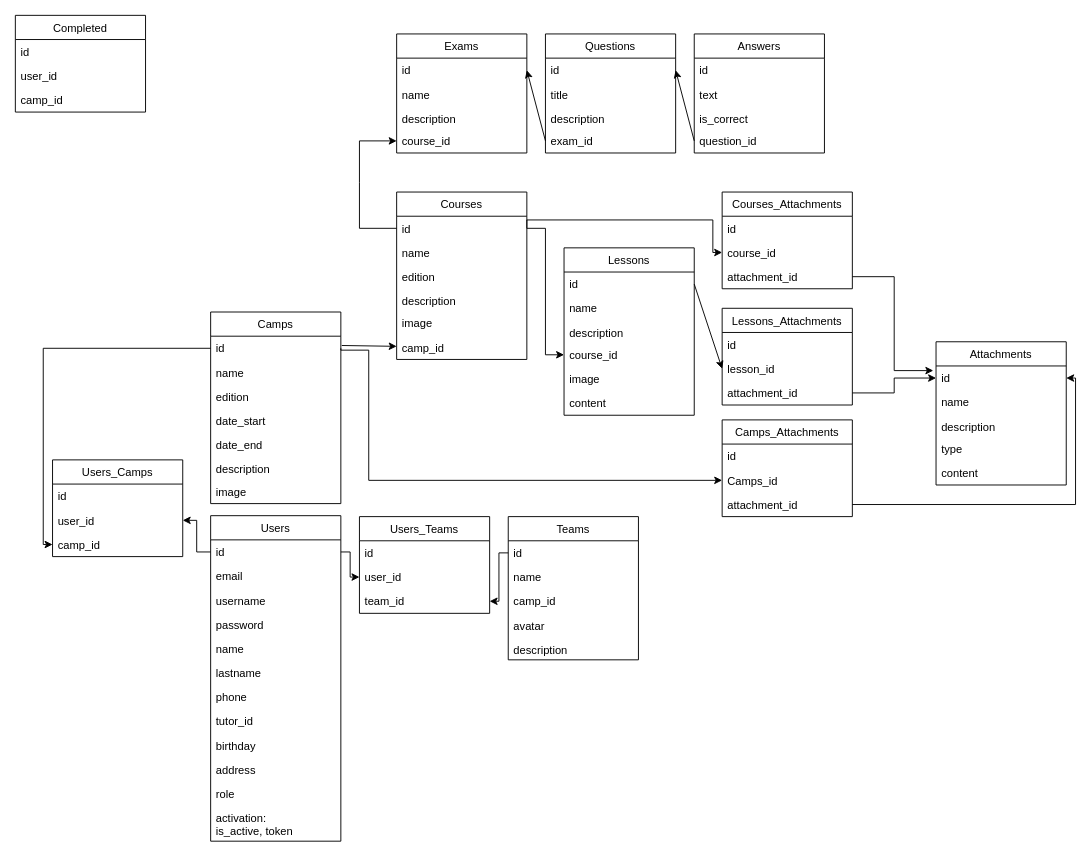
This is bin/bbdd-game-camp.drawio from OneLifeDesigning/wellness-api, a draw.io file, before an edit. Source tidied: cells renumbered, new cells numbered last; positions are measured from the earlier drawing's top-left corner, leaving out a move shared by most shapes. Both pictures are drawn from the tidied source at 93%, with x=0, y=0 at pixel (15, 15).
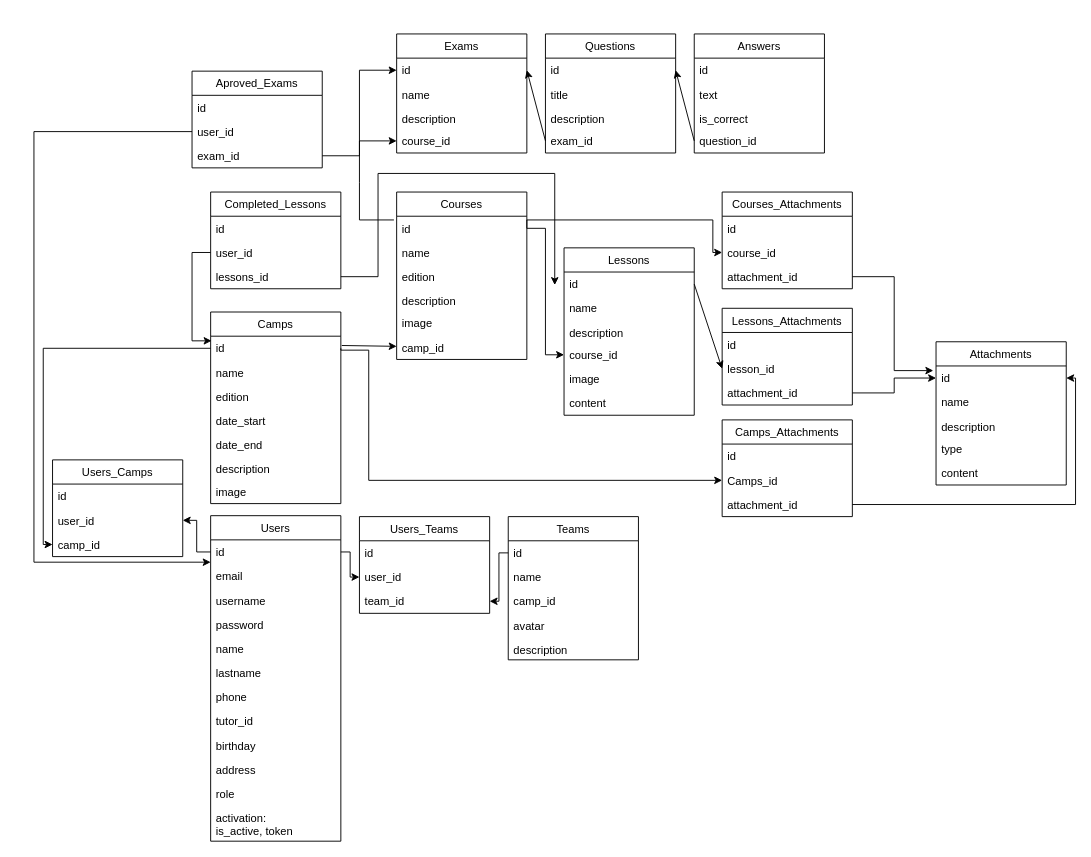
The same page after the edit.

Commit message:
Add Approved Exams

The change refers to these unchanged cells:
```xml
<mxCell id="9" value="id" style="text;strokeColor=none;fillColor=none;align=left;verticalAlign=top;spacingLeft=4;spacingRight=4;overflow=hidden;points=[[0,0.5],[1,0.5]];portConstraint=eastwest;" parent="8" vertex="1">
  <mxGeometry y="26" width="140" height="26" as="geometry" />
</mxCell>
<mxCell id="36" value="id" style="text;strokeColor=none;fillColor=none;align=left;verticalAlign=top;spacingLeft=4;spacingRight=4;overflow=hidden;points=[[0,0.5],[1,0.5]];portConstraint=eastwest;" parent="35" vertex="1">
  <mxGeometry y="26" width="140" height="26" as="geometry" />
</mxCell>
<mxCell id="43" value="id" style="text;strokeColor=none;fillColor=none;align=left;verticalAlign=top;spacingLeft=4;spacingRight=4;overflow=hidden;points=[[0,0.5],[1,0.5]];portConstraint=eastwest;" parent="42" vertex="1">
  <mxGeometry y="26" width="140" height="26" as="geometry" />
</mxCell>
<mxCell id="46" value="course_id" style="text;strokeColor=none;fillColor=none;align=left;verticalAlign=top;spacingLeft=4;spacingRight=4;overflow=hidden;points=[[0,0.5],[1,0.5]];portConstraint=eastwest;" parent="42" vertex="1">
  <mxGeometry y="102" width="140" height="26" as="geometry" />
</mxCell>
<mxCell id="91" value="id" style="text;strokeColor=none;fillColor=none;align=left;verticalAlign=top;spacingLeft=4;spacingRight=4;overflow=hidden;points=[[0,0.5],[1,0.5]];portConstraint=eastwest;" parent="90" vertex="1">
  <mxGeometry y="26" width="140" height="26" as="geometry" />
</mxCell>
```

What changed in the source:
```diff
@@
-    <mxCell id="47" style="edgeStyle=none;rounded=0;jettySize=auto;html=1;exitX=0;exitY=0.5;exitDx=0;exitDy=0;entryX=0;entryY=0.5;entryDx=0;entryDy=0;startArrow=classic;startFill=1;endArrow=none;endFill=0;" parent="1" edge="1" source="46" target="36">
+    <mxCell id="47" style="edgeStyle=none;rounded=0;jettySize=auto;html=1;exitX=0;exitY=0.5;exitDx=0;exitDy=0;entryX=-0.021;entryY=0.154;entryDx=0;entryDy=0;startArrow=classic;startFill=1;endArrow=none;endFill=0;entryPerimeter=0;" parent="1" edge="1" source="46" target="36">
       <mxGeometry relative="1" as="geometry">
         <Array as="points">
           <mxPoint x="370" y="135" />
           <mxPoint x="370" y="180" />
-          <mxPoint x="370" y="229" />
+          <mxPoint x="370" y="220" />
+          <mxPoint x="390" y="220" />
         </Array>
       </mxGeometry>
     </mxCell>
@@
-    <mxCell id="99" value="Completed" style="swimlane;fontStyle=0;horizontal=1;startSize=26;fillColor=none;" parent="1" vertex="1">
-      <mxGeometry width="140" height="104" as="geometry" />
-    </mxCell>
-    <mxCell id="100" value="id" style="text;strokeColor=none;fillColor=none;align=left;verticalAlign=top;spacingLeft=4;spacingRight=4;overflow=hidden;" parent="99" vertex="1">
-      <mxGeometry y="26" width="140" height="26" as="geometry" />
-    </mxCell>
-    <mxCell id="101" value="user_id" style="text;strokeColor=none;fillColor=none;align=left;verticalAlign=top;spacingLeft=4;spacingRight=4;overflow=hidden;" parent="99" vertex="1">
-      <mxGeometry y="52" width="140" height="26" as="geometry" />
-    </mxCell>
-    <mxCell id="102" value="camp_id" style="text;strokeColor=none;fillColor=none;align=left;verticalAlign=top;spacingLeft=4;spacingRight=4;overflow=hidden;" parent="99" vertex="1">
-      <mxGeometry y="78" width="140" height="26" as="geometry" />
-    </mxCell>
+    <mxCell id="103" style="edgeStyle=orthogonalEdgeStyle;rounded=0;jettySize=auto;html=1;exitX=0;exitY=0.5;exitDx=0;exitDy=0;entryX=0.007;entryY=0.192;entryDx=0;entryDy=0;entryPerimeter=0;" parent="1" edge="1" source="106" target="91">
+      <mxGeometry relative="1" as="geometry" />
+    </mxCell>
+    <mxCell id="104" value="Completed_Lessons" style="swimlane;fontStyle=0;horizontal=1;startSize=26;fillColor=none;" parent="1" vertex="1">
+      <mxGeometry x="210" y="190" width="140" height="104" as="geometry" />
+    </mxCell>
+    <mxCell id="105" value="id" style="text;strokeColor=none;fillColor=none;align=left;verticalAlign=top;spacingLeft=4;spacingRight=4;overflow=hidden;" parent="104" vertex="1">
+      <mxGeometry y="26" width="140" height="26" as="geometry" />
+    </mxCell>
+    <mxCell id="106" value="user_id" style="text;strokeColor=none;fillColor=none;align=left;verticalAlign=top;spacingLeft=4;spacingRight=4;overflow=hidden;points=[[0,0.5],[1,0.5]];portConstraint=eastwest;" parent="104" vertex="1">
+      <mxGeometry y="52" width="140" height="26" as="geometry" />
+    </mxCell>
+    <mxCell id="107" value="lessons_id" style="text;strokeColor=none;fillColor=none;align=left;verticalAlign=top;spacingLeft=4;spacingRight=4;overflow=hidden;points=[[0,0.5],[1,0.5]];portConstraint=eastwest;" parent="104" vertex="1">
+      <mxGeometry y="78" width="140" height="26" as="geometry" />
+    </mxCell>
+    <mxCell id="108" style="edgeStyle=orthogonalEdgeStyle;rounded=0;jettySize=auto;html=1;exitX=1;exitY=0.5;exitDx=0;exitDy=0;" parent="1" edge="1" source="107">
+      <mxGeometry relative="1" as="geometry">
+        <mxPoint x="580" y="290" as="targetPoint" />
+        <Array as="points">
+          <mxPoint x="390" y="281" />
+          <mxPoint x="390" y="170" />
+          <mxPoint x="580" y="170" />
+        </Array>
+      </mxGeometry>
+    </mxCell>
+    <mxCell id="109" style="edgeStyle=orthogonalEdgeStyle;rounded=0;jettySize=auto;html=1;exitX=1;exitY=0.5;exitDx=0;exitDy=0;entryX=0;entryY=0.5;entryDx=0;entryDy=0;" parent="1" edge="1" source="114" target="43">
+      <mxGeometry relative="1" as="geometry" />
+    </mxCell>
+    <mxCell id="110" style="edgeStyle=orthogonalEdgeStyle;rounded=0;jettySize=auto;html=1;exitX=0;exitY=0.5;exitDx=0;exitDy=0;entryX=0;entryY=0.923;entryDx=0;entryDy=0;entryPerimeter=0;" parent="1" edge="1" source="113" target="9">
+      <mxGeometry relative="1" as="geometry">
+        <Array as="points">
+          <mxPoint x="20" y="125" />
+          <mxPoint x="20" y="588" />
+        </Array>
+      </mxGeometry>
+    </mxCell>
+    <mxCell id="111" value="Aproved_Exams" style="swimlane;fontStyle=0;horizontal=1;startSize=26;fillColor=none;" parent="1" vertex="1">
+      <mxGeometry x="190" y="60" width="140" height="104" as="geometry" />
+    </mxCell>
+    <mxCell id="112" value="id" style="text;strokeColor=none;fillColor=none;align=left;verticalAlign=top;spacingLeft=4;spacingRight=4;overflow=hidden;" parent="111" vertex="1">
+      <mxGeometry y="26" width="140" height="26" as="geometry" />
+    </mxCell>
+    <mxCell id="113" value="user_id" style="text;strokeColor=none;fillColor=none;align=left;verticalAlign=top;spacingLeft=4;spacingRight=4;overflow=hidden;points=[[0,0.5],[1,0.5]];portConstraint=eastwest;" parent="111" vertex="1">
+      <mxGeometry y="52" width="140" height="26" as="geometry" />
+    </mxCell>
+    <mxCell id="114" value="exam_id" style="text;strokeColor=none;fillColor=none;align=left;verticalAlign=top;spacingLeft=4;spacingRight=4;overflow=hidden;points=[[0,0.5],[1,0.5]];portConstraint=eastwest;" parent="111" vertex="1">
+      <mxGeometry y="78" width="140" height="26" as="geometry" />
+    </mxCell>
```
